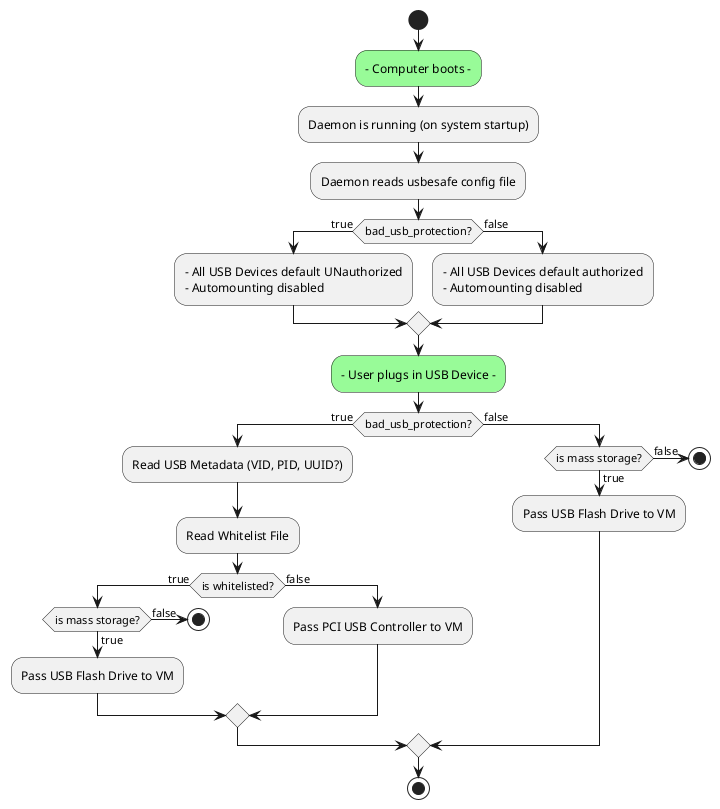
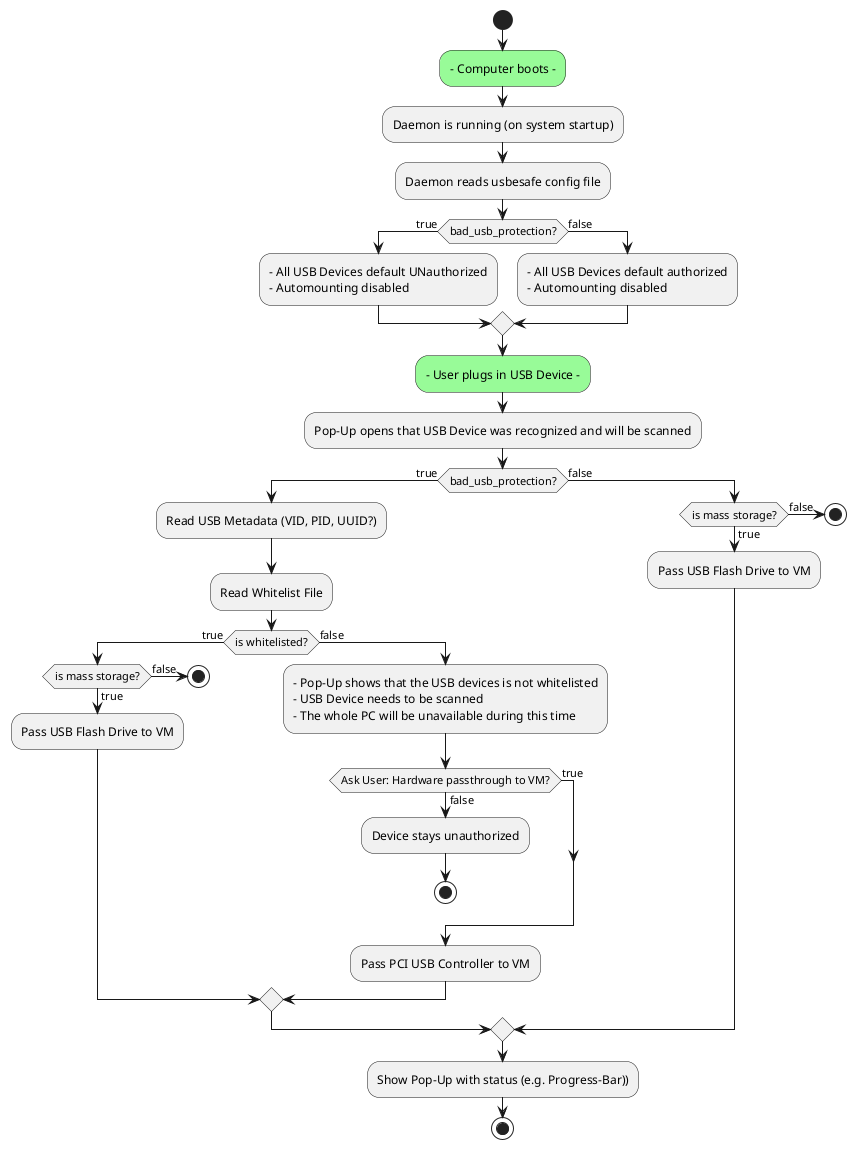
@startuml
'https://plantuml.com/activity-diagram-beta

start
#palegreen:- Computer boots -;
:Daemon is running (on system startup);
:Daemon reads usbesafe config file;
if (bad_usb_protection?) then (true)
:- All USB Devices default UNauthorized\n- Automounting disabled;
else (false)
:- All USB Devices default authorized\n- Automounting disabled;
endif

#palegreen:- User plugs in USB Device -;

+ :Pop-Up opens that USB Device was recognized and will be scanned;
+ 
if (bad_usb_protection?) then (true)
    :Read USB Metadata (VID, PID, UUID?);
    :Read Whitelist File;
    if (is whitelisted?) then (true)
        if (is mass storage?) then (true)
            :Pass USB Flash Drive to VM;
        else (false)
            stop
        endif
    else (false)
+         :- Pop-Up shows that the USB devices is not whitelisted\n- USB Device needs to be scanned\n- The whole PC will be unavailable during this time;
+         if (Ask User: Hardware passthrough to VM?) then (true)
+ 
+         else (false)
+             :Device stays unauthorized;
+             stop
+         endif
        :Pass PCI USB Controller to VM;
    endif
else (false)
    if (is mass storage?) then (true)
        :Pass USB Flash Drive to VM;
    else (false)
        stop
    endif
endif
+ 
+ :Show Pop-Up with status (e.g. Progress-Bar));
stop

@enduml
